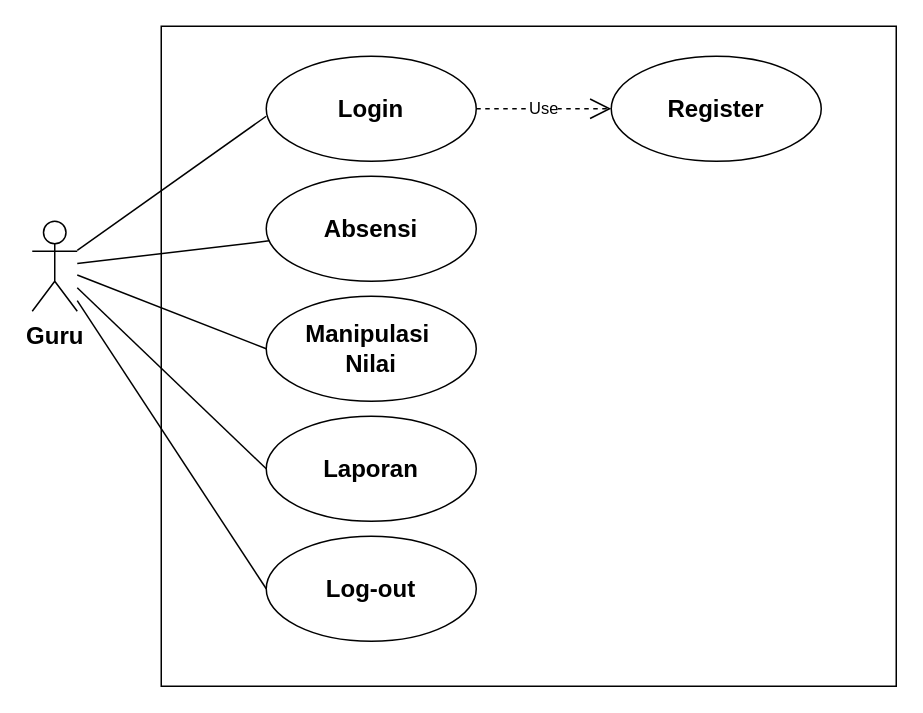
Before: page "use case diagram guru" (1 of 3) of Diagram Tanpa Judul.drawio in saidhanani984/tugas-project, a draw.io diagram. Source tidied: cells renumbered, new cells numbered last; positions are measured from the earlier drawing's top-left corner, leaving out a move shared by most shapes. Both pictures are drawn from the tidied source at 150%, with x=0, y=0 at pixel (32, 26).
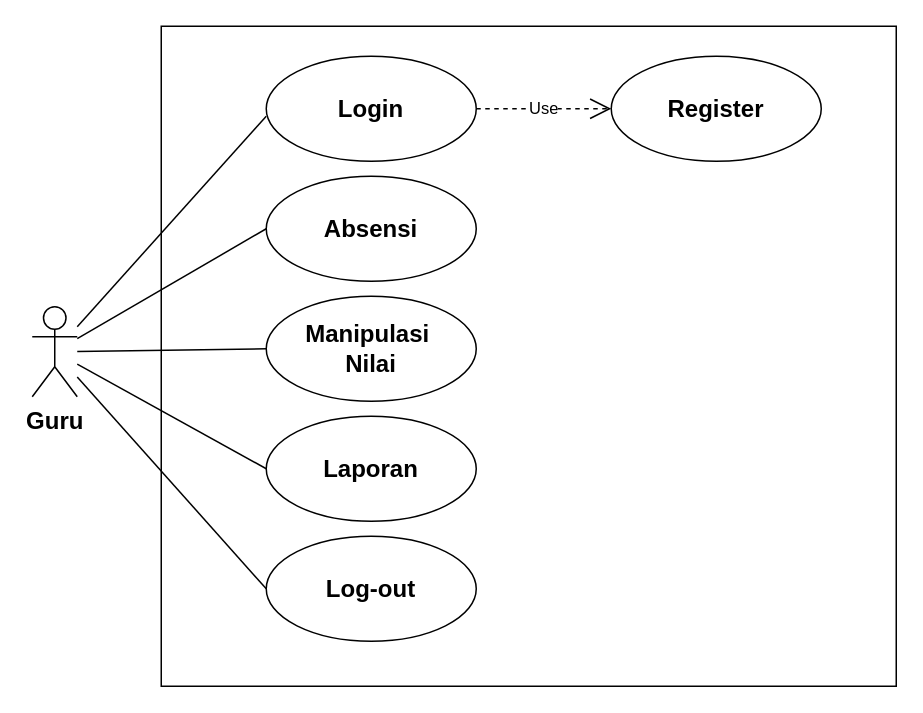
Above is the later version.

What changed in the source:
```diff
@@
 <mxGraphModel>
   <root>
     <mxCell id="0" />
     <mxCell id="1" parent="0" />
     <mxCell id="2" style="html=1;whiteSpace=wrap;fontStyle=1;fontSize=16;" parent="1" vertex="1">
       <mxGeometry x="86" width="490" height="440" as="geometry" />
     </mxCell>
     <mxCell id="3" style="rounded=0;jettySize=auto;html=1;endArrow=none;endFill=0;" parent="1" edge="1" source="7">
       <mxGeometry relative="1" as="geometry">
         <mxPoint x="156" y="60" as="targetPoint" />
       </mxGeometry>
     </mxCell>
-    <mxCell id="4" style="rounded=0;jettySize=auto;html=1;endArrow=none;endFill=0;" parent="1" edge="1" source="7" target="9">
+    <mxCell id="4" style="rounded=0;jettySize=auto;html=1;endArrow=none;endFill=0;entryX=0;entryY=0.5;entryDx=0;entryDy=0;" parent="1" edge="1" source="7" target="9">
       <mxGeometry relative="1" as="geometry" />
     </mxCell>
     <mxCell id="5" style="edgeStyle=none;rounded=0;jettySize=auto;html=1;endArrow=none;endFill=0;entryX=0;entryY=0.5;entryDx=0;entryDy=0;" parent="1" edge="1" source="7" target="10">
       <mxGeometry relative="1" as="geometry" />
     </mxCell>
     <mxCell id="6" style="edgeStyle=none;rounded=0;jettySize=auto;html=1;entryX=0;entryY=0.5;entryDx=0;entryDy=0;endArrow=none;endFill=0;" parent="1" edge="1" source="7" target="14">
       <mxGeometry relative="1" as="geometry" />
     </mxCell>
     <mxCell id="7" value="Guru" style="shape=umlActor;verticalLabelPosition=bottom;verticalAlign=top;html=1;fontStyle=1;fontSize=16;" parent="1" vertex="1">
-      <mxGeometry y="130" width="30" height="60" as="geometry" />
+      <mxGeometry y="187" width="30" height="60" as="geometry" />
     </mxCell>
     <mxCell id="8" value="Login" style="ellipse;whiteSpace=wrap;html=1;fontStyle=1;fontSize=16;" parent="1" vertex="1">
       <mxGeometry x="156" y="20" width="140" height="70" as="geometry" />
     </mxCell>
     <mxCell id="9" value="Absensi" style="ellipse;whiteSpace=wrap;html=1;fontStyle=1;fontSize=16;" parent="1" vertex="1">
       <mxGeometry x="156" y="100" width="140" height="70" as="geometry" />
     </mxCell>
     <mxCell id="10" value="Manipulasi&amp;nbsp;&lt;div&gt;Nilai&lt;/div&gt;" style="ellipse;whiteSpace=wrap;html=1;fontStyle=1;fontSize=16;" parent="1" vertex="1">
       <mxGeometry x="156" y="180" width="140" height="70" as="geometry" />
     </mxCell>
     <mxCell id="11" value="Laporan" style="ellipse;whiteSpace=wrap;html=1;fontStyle=1;fontSize=16;" parent="1" vertex="1">
       <mxGeometry x="156" y="260" width="140" height="70" as="geometry" />
     </mxCell>
     <mxCell id="12" value="Register" style="ellipse;whiteSpace=wrap;html=1;fontStyle=1;fontSize=16;" parent="1" vertex="1">
       <mxGeometry x="386" y="20" width="140" height="70" as="geometry" />
     </mxCell>
     <mxCell id="13" style="edgeStyle=none;rounded=0;jettySize=auto;html=1;endArrow=none;endFill=0;entryX=0;entryY=0.5;entryDx=0;entryDy=0;" parent="1" edge="1" source="7" target="11">
       <mxGeometry relative="1" as="geometry" />
     </mxCell>
     <mxCell id="14" value="Log-out" style="ellipse;whiteSpace=wrap;html=1;fontStyle=1;fontSize=16;" parent="1" vertex="1">
       <mxGeometry x="156" y="340" width="140" height="70" as="geometry" />
     </mxCell>
     <mxCell id="15" value="Use" style="endArrow=open;endSize=12;dashed=1;html=1;rounded=0;exitX=1;exitY=0.5;exitDx=0;exitDy=0;entryX=0;entryY=0.5;entryDx=0;entryDy=0;" parent="1" edge="1" source="8" target="12">
       <mxGeometry relative="1" as="geometry" />
     </mxCell>
   </root>
 </mxGraphModel>
```
